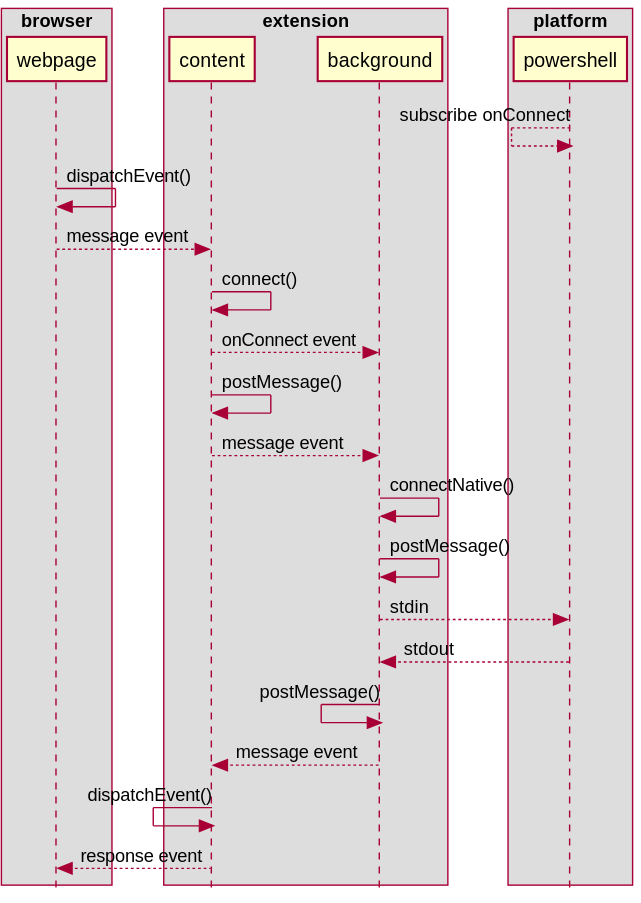
Above: out/sequence/communication.svg in ttappr/powershell-interactor (PlantUML), before the change.
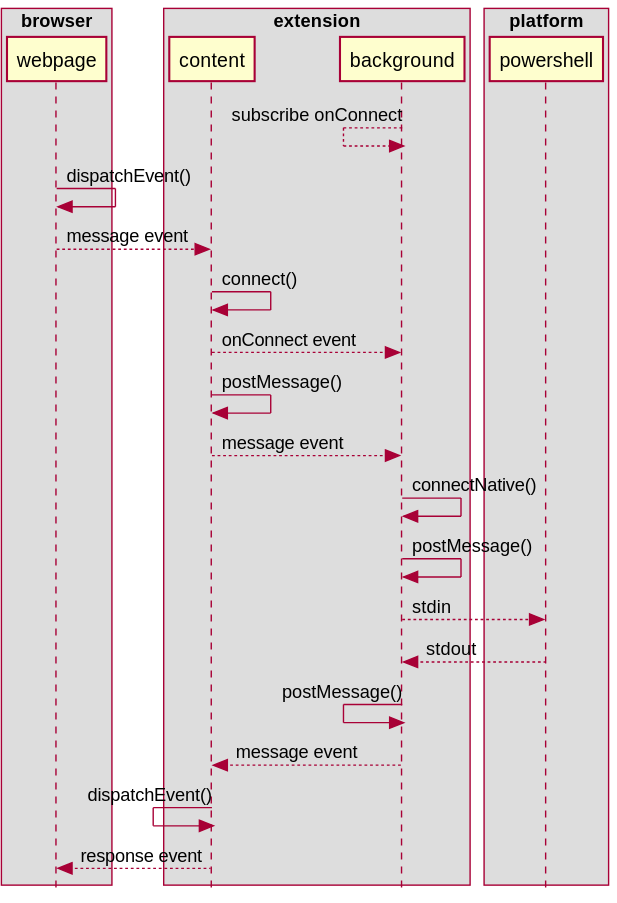
The same file after the commit.

Commit message:
background subscribes to onConnect.

Diff of the diagram source:
```diff
@@ -13,7 +13,7 @@
     participant powershell as P
 end box
 
-P <-- P: subscribe onConnect
+B <-- B: subscribe onConnect
 
 W -> W: dispatchEvent()
 W --> C: message event
```
